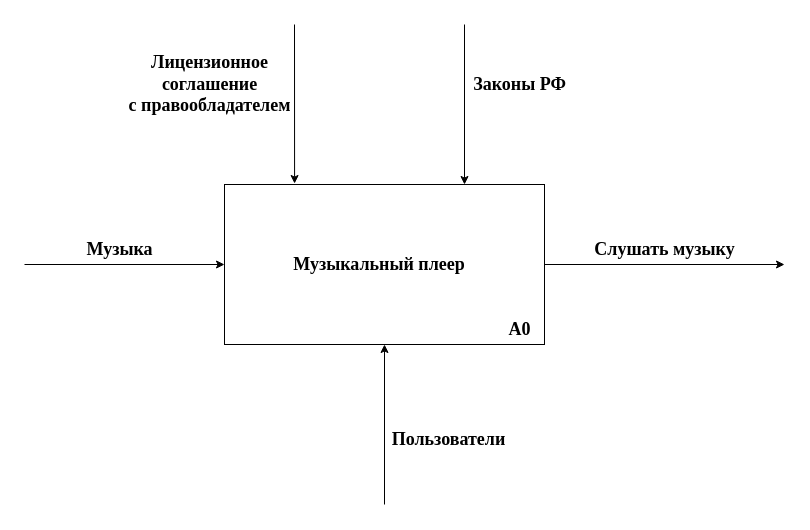
Before: docs/diagrams/IDEF0 diagram/IDEF0.drawio in xlebec27/RGARMusic, a draw.io diagram. Source tidied: cells renumbered, new cells numbered last; positions are measured from the earlier drawing's top-left corner, leaving out a move shared by most shapes. Both pictures are drawn from the tidied source at 100%, with x=0, y=0 at pixel (24, 24).
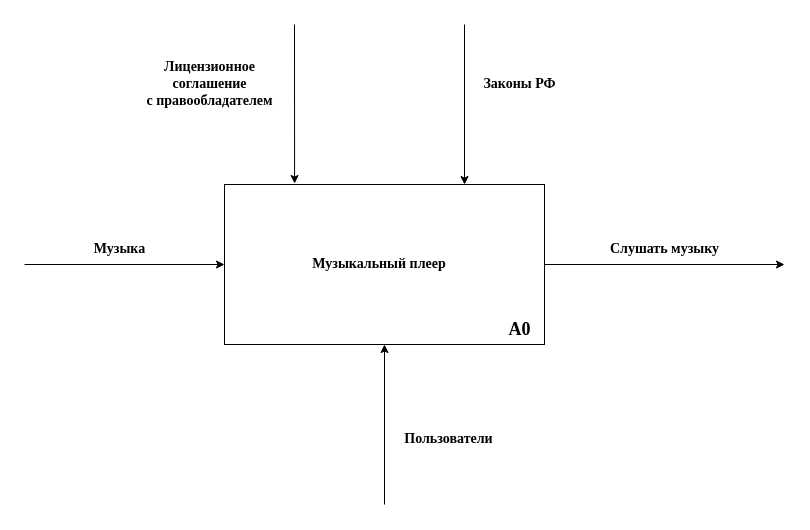
The same diagram, later.

Change to the diagram source:
```diff
@@
 <mxGraphModel>
   <root>
     <mxCell id="0" />
     <mxCell id="1" parent="0" />
     <mxCell id="2" style="rounded=0;whiteSpace=wrap;html=1;" parent="1" vertex="1">
       <mxGeometry x="200" y="160" width="320" height="160" as="geometry" />
     </mxCell>
-    <mxCell id="3" value="&lt;font size=&quot;1&quot; face=&quot;Times New Roman&quot; style=&quot;&quot;&gt;&lt;b style=&quot;font-size: 18px;&quot;&gt;Музыкальный плеер&lt;/b&gt;&lt;/font&gt;" style="text;html=1;strokeColor=none;fillColor=none;align=center;verticalAlign=middle;whiteSpace=wrap;rounded=0;" parent="1" vertex="1">
+    <mxCell id="3" value="&lt;font face=&quot;Times New Roman&quot; style=&quot;font-size: 14px;&quot;&gt;&lt;b style=&quot;&quot;&gt;Музыкальный плеер&lt;/b&gt;&lt;/font&gt;" style="text;html=1;strokeColor=none;fillColor=none;align=center;verticalAlign=middle;whiteSpace=wrap;rounded=0;" parent="1" vertex="1">
       <mxGeometry x="260" y="195" width="190" height="90" as="geometry" />
     </mxCell>
     <mxCell id="4" value="&lt;font face=&quot;Times New Roman&quot; style=&quot;font-size: 18px;&quot;&gt;&lt;b&gt;А0&lt;/b&gt;&lt;/font&gt;" style="text;html=1;align=center;verticalAlign=middle;strokeColor=none;fillColor=none;" parent="1" vertex="1">
       <mxGeometry x="470" y="285" width="50" height="40" as="geometry" />
     </mxCell>
     <mxCell id="5" style="endArrow=classic;html=1;rounded=0;" parent="1" edge="1">
       <mxGeometry relative="1" as="geometry">
         <mxPoint x="520" y="240" as="sourcePoint" />
         <mxPoint x="760" y="240" as="targetPoint" />
       </mxGeometry>
     </mxCell>
-    <mxCell id="6" value="&lt;font face=&quot;Times New Roman&quot; style=&quot;font-size: 18px;&quot;&gt;&lt;b&gt;Слушать музыку&lt;/b&gt;&lt;/font&gt;" style="text;html=1;align=center;verticalAlign=middle;strokeColor=none;fillColor=none;" parent="1" vertex="1">
-      <mxGeometry x="560" y="205" width="160" height="40" as="geometry" />
+    <mxCell id="6" value="&lt;font face=&quot;Times New Roman&quot; style=&quot;font-size: 14px;&quot;&gt;&lt;b style=&quot;&quot;&gt;Слушать музыку&lt;/b&gt;&lt;/font&gt;" style="text;html=1;align=center;verticalAlign=middle;strokeColor=none;fillColor=none;" parent="1" vertex="1">
+      <mxGeometry x="575" y="210" width="130" height="30" as="geometry" />
     </mxCell>
     <mxCell id="7" style="endArrow=classic;html=1;rounded=0;entryX=0.219;entryY=-0.006;entryDx=0;entryDy=0;entryPerimeter=0;" parent="1" edge="1" target="2">
       <mxGeometry relative="1" as="geometry">
         <mxPoint x="270" as="sourcePoint" />
       </mxGeometry>
     </mxCell>
     <mxCell id="8" style="endArrow=classic;html=1;rounded=0;entryX=0;entryY=0.5;entryDx=0;entryDy=0;" parent="1" edge="1" target="2">
       <mxGeometry relative="1" as="geometry">
         <mxPoint y="240" as="sourcePoint" />
       </mxGeometry>
     </mxCell>
     <mxCell id="9" style="endArrow=classic;html=1;rounded=0;entryX=0.5;entryY=1;entryDx=0;entryDy=0;" parent="1" edge="1" target="2">
       <mxGeometry relative="1" as="geometry">
         <mxPoint x="360" y="480" as="sourcePoint" />
       </mxGeometry>
     </mxCell>
     <mxCell id="10" style="endArrow=classic;html=1;rounded=0;entryX=0.75;entryY=0;entryDx=0;entryDy=0;" parent="1" edge="1" target="2">
       <mxGeometry relative="1" as="geometry">
         <mxPoint x="440" as="sourcePoint" />
       </mxGeometry>
     </mxCell>
-    <mxCell id="11" value="&lt;font size=&quot;1&quot; style=&quot;&quot; face=&quot;Times New Roman&quot;&gt;&lt;b style=&quot;font-size: 18px;&quot;&gt;Музыка&lt;/b&gt;&lt;/font&gt;" style="text;html=1;align=center;verticalAlign=middle;strokeColor=none;fillColor=none;" parent="1" vertex="1">
-      <mxGeometry x="50" y="205" width="90" height="40" as="geometry" />
+    <mxCell id="11" value="&lt;font style=&quot;font-size: 14px;&quot; face=&quot;Times New Roman&quot;&gt;&lt;b style=&quot;&quot;&gt;Музыка&lt;/b&gt;&lt;/font&gt;" style="text;html=1;align=center;verticalAlign=middle;strokeColor=none;fillColor=none;" parent="1" vertex="1">
+      <mxGeometry x="60" y="210" width="70" height="30" as="geometry" />
     </mxCell>
-    <mxCell id="12" value="&lt;b style=&quot;font-size: 18px;&quot;&gt;&lt;font face=&quot;Times New Roman&quot;&gt;Лицензионное&lt;br&gt;соглашение&lt;br&gt;с правообладателем&lt;/font&gt;&lt;/b&gt;" style="text;html=1;align=center;verticalAlign=middle;strokeColor=none;fillColor=none;" parent="1" vertex="1">
-      <mxGeometry x="90" y="20" width="190" height="80" as="geometry" />
+    <mxCell id="12" value="&lt;b style=&quot;&quot;&gt;&lt;font style=&quot;font-size: 14px;&quot; face=&quot;Times New Roman&quot;&gt;Лицензионное&lt;br&gt;соглашение&lt;br&gt;с правообладателем&lt;/font&gt;&lt;/b&gt;" style="text;html=1;align=center;verticalAlign=middle;strokeColor=none;fillColor=none;" parent="1" vertex="1">
+      <mxGeometry x="110" y="30" width="150" height="60" as="geometry" />
     </mxCell>
-    <mxCell id="13" value="&lt;font face=&quot;Times New Roman&quot; style=&quot;font-size: 18px;&quot;&gt;&lt;b&gt;Законы РФ&lt;/b&gt;&lt;/font&gt;" style="text;html=1;align=center;verticalAlign=middle;strokeColor=none;fillColor=none;" parent="1" vertex="1">
-      <mxGeometry x="435" y="40" width="120" height="40" as="geometry" />
+    <mxCell id="13" value="&lt;font face=&quot;Times New Roman&quot; style=&quot;font-size: 14px;&quot;&gt;&lt;b style=&quot;&quot;&gt;Законы РФ&lt;/b&gt;&lt;/font&gt;" style="text;html=1;align=center;verticalAlign=middle;strokeColor=none;fillColor=none;" parent="1" vertex="1">
+      <mxGeometry x="445" y="45" width="100" height="30" as="geometry" />
     </mxCell>
-    <mxCell id="14" value="&lt;font face=&quot;Times New Roman&quot; style=&quot;font-size: 18px;&quot;&gt;&lt;b&gt;Пользователи&lt;/b&gt;&lt;/font&gt;" style="text;html=1;align=center;verticalAlign=middle;strokeColor=none;fillColor=none;" parent="1" vertex="1">
-      <mxGeometry x="354" y="395" width="140" height="40" as="geometry" />
+    <mxCell id="14" value="&lt;font face=&quot;Times New Roman&quot; style=&quot;font-size: 14px;&quot;&gt;&lt;b style=&quot;&quot;&gt;Пользователи&lt;/b&gt;&lt;/font&gt;" style="text;html=1;align=center;verticalAlign=middle;strokeColor=none;fillColor=none;" parent="1" vertex="1">
+      <mxGeometry x="369" y="400" width="110" height="30" as="geometry" />
     </mxCell>
   </root>
 </mxGraphModel>
```
